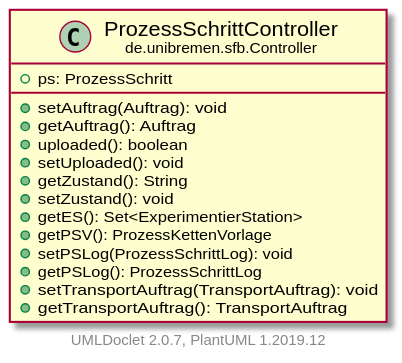
Above: doc/UML/modulsichtSVG/ProzessSchrittController.svg in fkehlenb/softwareprojekt-2 (PlantUML), before the change. The source it was exported from:
```plantuml
@startuml
    set namespaceSeparator none
    hide empty fields
    hide empty methods

    class "<size:14>ProzessSchrittController\n<size:10>de.unibremen.sfb.Controller" as de.unibremen.sfb.Controller.ProzessSchrittController [[ProzessSchrittController.html]] {
        +ps: ProzessSchritt
        +setAuftrag(Auftrag): void
        +getAuftrag(): Auftrag
        +uploaded(): boolean
        +setUploaded(): void
        +getZustand(): String
        +setZustand(): void
        +getES(): Set<ExperimentierStation>
        +getPSV(): ProzessKettenVorlage
        +setPSLog(ProzessSchrittLog): void
        +getPSLog(): ProzessSchrittLog
        +setTransportAuftrag(TransportAuftrag): void
        +getTransportAuftrag(): TransportAuftrag
    }

    center footer UMLDoclet 2.0.7, PlantUML 1.2019.12
@enduml
```
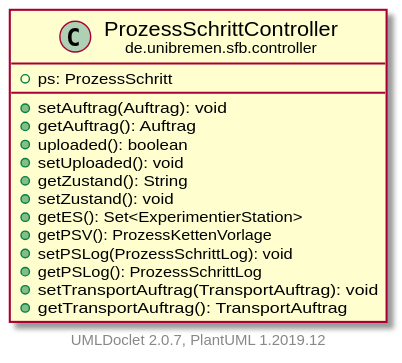
Above is the later version.

What changed in the source:
```diff
@@ -3,7 +3,7 @@
     hide empty fields
     hide empty methods
 
-    class "<size:14>ProzessSchrittController\n<size:10>de.unibremen.sfb.Controller" as de.unibremen.sfb.Controller.ProzessSchrittController [[ProzessSchrittController.html]] {
+    class "<size:14>ProzessSchrittController\n<size:10>de.unibremen.sfb.controller" as de.unibremen.sfb.controller.ProzessSchrittController [[ProzessSchrittController.html]] {
         +ps: ProzessSchritt
         +setAuftrag(Auftrag): void
         +getAuftrag(): Auftrag
```
